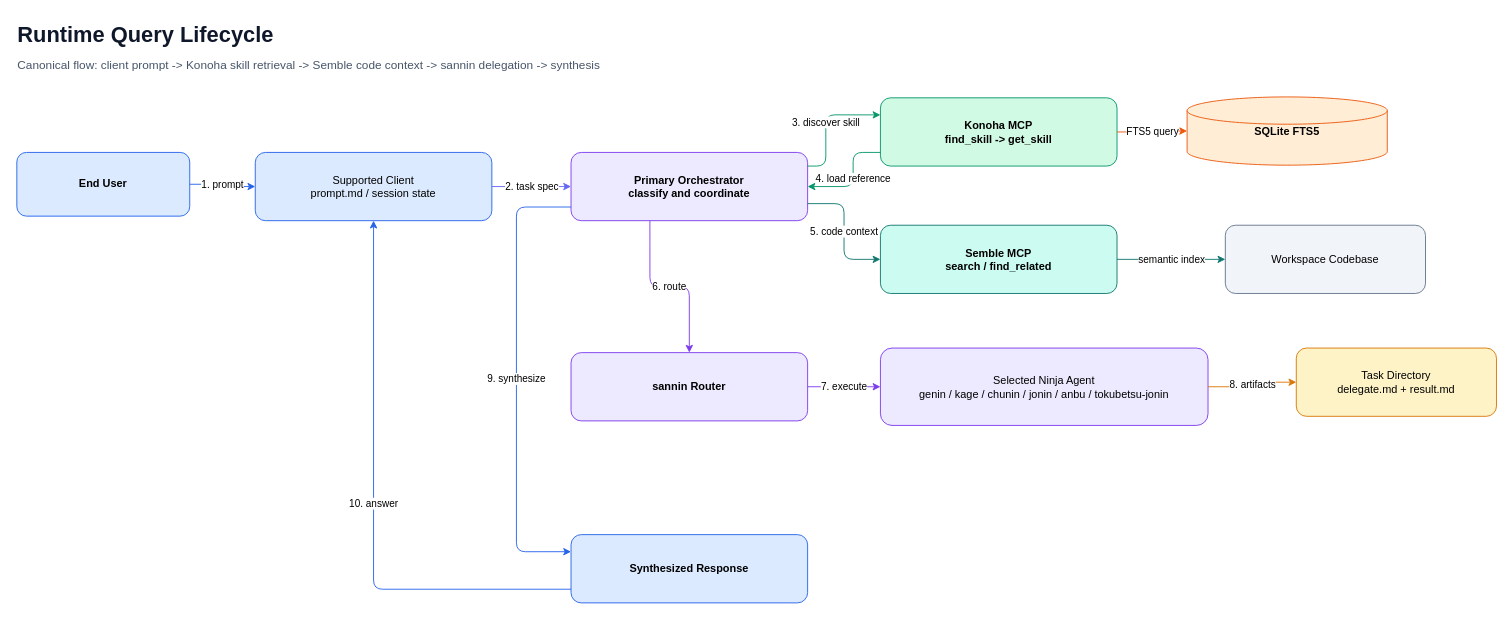
Earlier version of the draw.io diagram page "02 Runtime Query Lifecycle" (2 of 15) of docs/diagrams/konoha-architecture.drawio (andycungkrinx91/konoha). Source tidied: cells renumbered, new cells numbered last; positions are measured from the earlier drawing's top-left corner, leaving out a move shared by most shapes. Both pictures are drawn from the tidied source at 91%, with x=0, y=0 at pixel (15, 15).
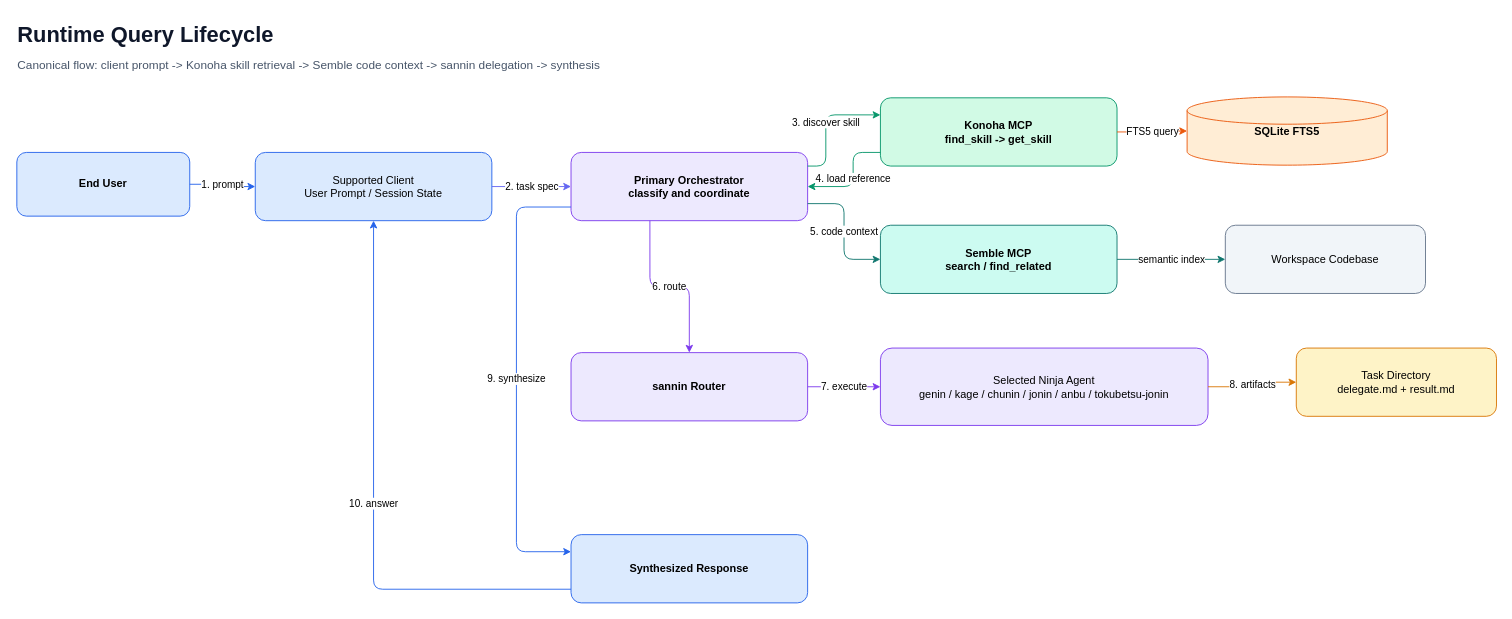
The same diagram, later.

What changed in the source:
```diff
@@
-    <mxCell id="5" value="Supported Client&#10;prompt.md / session state" style="rounded=1;html=1;whiteSpace=wrap;fillColor=#dbeafe;strokeColor=#2563eb;overflow=visible;" parent="1" vertex="1">
+    <mxCell id="5" value="Supported Client&#10;User Prompt / Session State" style="rounded=1;html=1;whiteSpace=wrap;fillColor=#dbeafe;strokeColor=#2563eb;overflow=visible;" parent="1" vertex="1">
       <mxGeometry x="263" y="150" width="260" height="75" as="geometry" />
     </mxCell>
```
